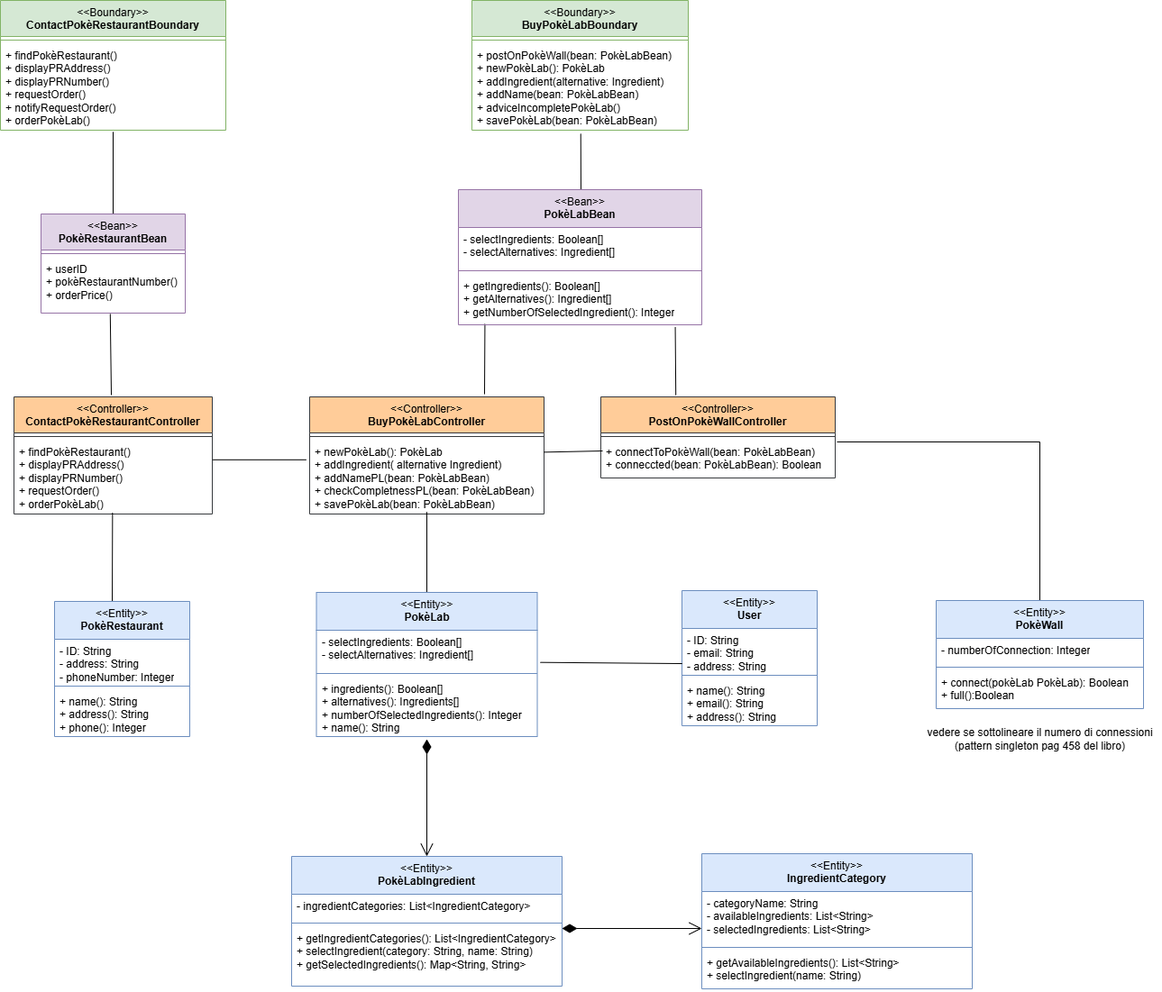
matteopinfildi/YourPoke-ISPWProject keeps this draw.io diagram as diagrams/BCE.drawio.png. Above is the earlier version. Source tidied: cells renumbered, new cells last; positions are measured from the earlier drawing's top-left corner, leaving out a move shared by most shapes.
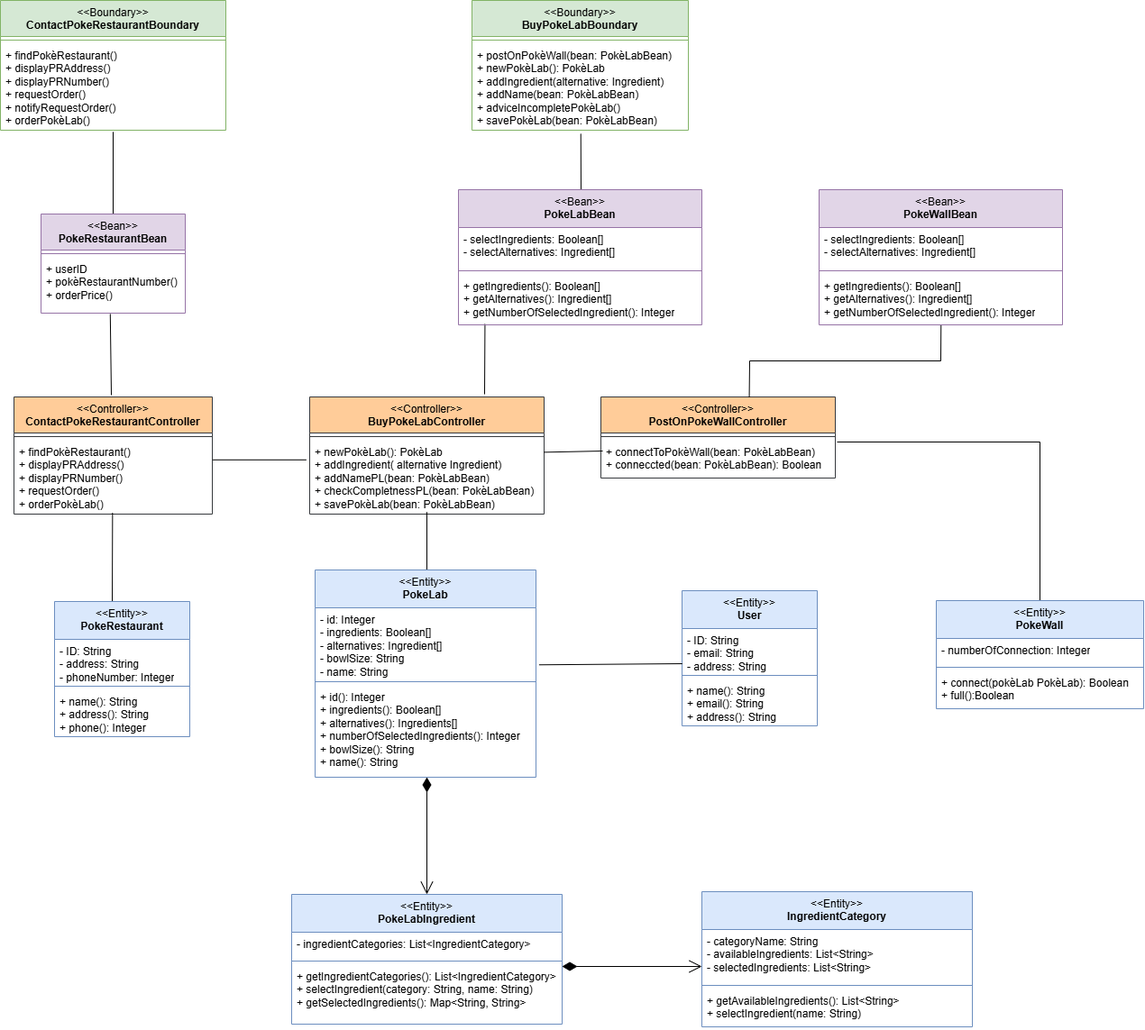
Above is the later version.

Change to the diagram source:
```diff
@@ -4,3 +4,3 @@
     <mxCell id="1" parent="0" />
-    <mxCell id="2" value="&lt;div&gt;&lt;span style=&quot;font-weight: normal;&quot;&gt;&amp;lt;&amp;lt;Boundary&amp;gt;&amp;gt;&lt;/span&gt;&lt;/div&gt;ContactPokèRestaurantBoundary" style="swimlane;fontStyle=1;align=center;verticalAlign=top;horizontal=1;startSize=40;whiteSpace=wrap;html=1;fillColor=#d5e8d4;strokeColor=#82b366;" parent="1" vertex="1">
+    <mxCell id="2" value="&lt;div&gt;&lt;span style=&quot;font-weight: normal;&quot;&gt;&amp;lt;&amp;lt;Boundary&amp;gt;&amp;gt;&lt;/span&gt;&lt;/div&gt;ContactPokeRestaurantBoundary" style="swimlane;fontStyle=1;align=center;verticalAlign=top;horizontal=1;startSize=40;whiteSpace=wrap;html=1;fillColor=#d5e8d4;strokeColor=#82b366;" parent="1" vertex="1">
       <mxGeometry width="250" height="144" as="geometry" />
@@ -13,3 +13,3 @@
     </mxCell>
-    <mxCell id="5" value="&lt;div&gt;&lt;span style=&quot;font-weight: normal;&quot;&gt;&amp;lt;&amp;lt;Boundary&amp;gt;&amp;gt;&lt;/span&gt;&lt;/div&gt;BuyPokèLabBoundary" style="swimlane;fontStyle=1;align=center;verticalAlign=top;horizontal=1;startSize=40;whiteSpace=wrap;html=1;fillColor=#d5e8d4;strokeColor=#82b366;" parent="1" vertex="1">
+    <mxCell id="5" value="&lt;div&gt;&lt;span style=&quot;font-weight: normal;&quot;&gt;&amp;lt;&amp;lt;Boundary&amp;gt;&amp;gt;&lt;/span&gt;&lt;/div&gt;BuyPokeLabBoundary" style="swimlane;fontStyle=1;align=center;verticalAlign=top;horizontal=1;startSize=40;whiteSpace=wrap;html=1;fillColor=#d5e8d4;strokeColor=#82b366;" parent="1" vertex="1">
       <mxGeometry x="523" width="240" height="144" as="geometry" />
@@ -30,3 +30,3 @@
     </mxCell>
-    <mxCell id="10" value="&lt;div&gt;&lt;span style=&quot;font-weight: normal;&quot;&gt;&amp;lt;&amp;lt;Bean&amp;gt;&amp;gt;&lt;/span&gt;&lt;/div&gt;PokèRestaurantBean" style="swimlane;fontStyle=1;align=center;verticalAlign=top;horizontal=1;startSize=40;whiteSpace=wrap;html=1;fillColor=#e1d5e7;strokeColor=#9673a6;" parent="1" vertex="1">
+    <mxCell id="10" value="&lt;div&gt;&lt;span style=&quot;font-weight: normal;&quot;&gt;&amp;lt;&amp;lt;Bean&amp;gt;&amp;gt;&lt;/span&gt;&lt;/div&gt;PokeRestaurantBean" style="swimlane;fontStyle=1;align=center;verticalAlign=top;horizontal=1;startSize=40;whiteSpace=wrap;html=1;fillColor=#e1d5e7;strokeColor=#9673a6;" parent="1" vertex="1">
       <mxGeometry x="45" y="237" width="160" height="110" as="geometry" />
@@ -49,3 +49,3 @@
     </mxCell>
-    <mxCell id="15" value="&lt;div&gt;&lt;span style=&quot;font-weight: normal;&quot;&gt;&amp;lt;&amp;lt;Controller&amp;gt;&amp;gt;&lt;/span&gt;&lt;/div&gt;ContactPokèRestaurantController" style="swimlane;fontStyle=1;align=center;verticalAlign=top;horizontal=1;startSize=40;whiteSpace=wrap;html=1;fillColor=#ffcc99;strokeColor=#36393d;" parent="1" vertex="1">
+    <mxCell id="15" value="&lt;div&gt;&lt;span style=&quot;font-weight: normal;&quot;&gt;&amp;lt;&amp;lt;Controller&amp;gt;&amp;gt;&lt;/span&gt;&lt;/div&gt;ContactPokeRestaurantController" style="swimlane;fontStyle=1;align=center;verticalAlign=top;horizontal=1;startSize=40;whiteSpace=wrap;html=1;fillColor=#ffcc99;strokeColor=#36393d;" parent="1" vertex="1">
       <mxGeometry x="15" y="440" width="220" height="130" as="geometry" />
@@ -58,3 +58,3 @@
     </mxCell>
-    <mxCell id="18" value="&lt;div&gt;&lt;span style=&quot;font-weight: normal;&quot;&gt;&amp;lt;&amp;lt;Controller&amp;gt;&amp;gt;&lt;/span&gt;&lt;/div&gt;BuyPokèLabController" style="swimlane;fontStyle=1;align=center;verticalAlign=top;horizontal=1;startSize=40;whiteSpace=wrap;html=1;fillColor=#ffcc99;strokeColor=#36393d;" parent="1" vertex="1">
+    <mxCell id="18" value="&lt;div&gt;&lt;span style=&quot;font-weight: normal;&quot;&gt;&amp;lt;&amp;lt;Controller&amp;gt;&amp;gt;&lt;/span&gt;&lt;/div&gt;BuyPokeLabController" style="swimlane;fontStyle=1;align=center;verticalAlign=top;horizontal=1;startSize=40;whiteSpace=wrap;html=1;fillColor=#ffcc99;strokeColor=#36393d;" parent="1" vertex="1">
       <mxGeometry x="343" y="440" width="260" height="130" as="geometry" />
@@ -67,3 +67,3 @@
     </mxCell>
-    <mxCell id="21" value="&lt;div&gt;&lt;span style=&quot;font-weight: normal;&quot;&gt;&amp;lt;&amp;lt;Controller&amp;gt;&amp;gt;&lt;/span&gt;&lt;/div&gt;PostOnPokèWallController" style="swimlane;fontStyle=1;align=center;verticalAlign=top;horizontal=1;startSize=40;whiteSpace=wrap;html=1;fillColor=#ffcc99;strokeColor=#36393d;" parent="1" vertex="1">
+    <mxCell id="21" value="&lt;div&gt;&lt;span style=&quot;font-weight: normal;&quot;&gt;&amp;lt;&amp;lt;Controller&amp;gt;&amp;gt;&lt;/span&gt;&lt;/div&gt;PostOnPokeWallController" style="swimlane;fontStyle=1;align=center;verticalAlign=top;horizontal=1;startSize=40;whiteSpace=wrap;html=1;fillColor=#ffcc99;strokeColor=#36393d;" parent="1" vertex="1">
       <mxGeometry x="666" y="440" width="260" height="90" as="geometry" />
@@ -76,5 +76,2 @@
     </mxCell>
-    <mxCell id="24" style="endArrow=none;html=1;rounded=0;entryX=0.891;entryY=1.044;entryDx=0;entryDy=0;entryPerimeter=0;exitX=0.32;exitY=-0.022;exitDx=0;exitDy=0;exitPerimeter=0;" parent="1" edge="1" source="21" target="47">
-      <mxGeometry relative="1" as="geometry" />
-    </mxCell>
     <mxCell id="25" style="endArrow=none;html=1;rounded=0;entryX=0.497;entryY=0.984;entryDx=0;entryDy=0;entryPerimeter=0;" parent="1" edge="1" target="17">
@@ -105,13 +102,13 @@
     </mxCell>
-    <mxCell id="30" value="&lt;div&gt;&lt;span style=&quot;font-weight: 400;&quot;&gt;&amp;lt;&amp;lt;Entity&amp;gt;&amp;gt;&lt;/span&gt;&lt;br&gt;&lt;/div&gt;PokèLab" style="swimlane;fontStyle=1;align=center;verticalAlign=top;horizontal=1;startSize=42;whiteSpace=wrap;html=1;fillColor=#dae8fc;strokeColor=#6c8ebf;" parent="1" vertex="1">
-      <mxGeometry x="350.5" y="657" width="245" height="160" as="geometry" />
+    <mxCell id="30" value="&lt;div&gt;&lt;span style=&quot;font-weight: 400;&quot;&gt;&amp;lt;&amp;lt;Entity&amp;gt;&amp;gt;&lt;/span&gt;&lt;br&gt;&lt;/div&gt;PokeLab" style="swimlane;fontStyle=1;align=center;verticalAlign=top;horizontal=1;startSize=42;whiteSpace=wrap;html=1;fillColor=#dae8fc;strokeColor=#6c8ebf;" parent="1" vertex="1">
+      <mxGeometry x="349" y="632" width="245" height="230" as="geometry" />
     </mxCell>
-    <mxCell id="31" value="- selectIngredients: Boolean[]&lt;div&gt;- selectAlternatives: Ingredient[]&lt;/div&gt;" style="text;strokeColor=none;fillColor=none;align=left;verticalAlign=top;spacingLeft=4;spacingRight=4;overflow=hidden;points=[[0,0.5],[1,0.5]];portConstraint=eastwest;whiteSpace=wrap;html=1;" parent="30" vertex="1">
-      <mxGeometry y="42" width="245" height="44" as="geometry" />
+    <mxCell id="31" value="&lt;div&gt;- id: Integer&lt;/div&gt;- ingredients: Boolean[]&lt;div&gt;- alternatives: Ingredient[]&lt;/div&gt;&lt;div&gt;- bowlSize: String&lt;/div&gt;&lt;div&gt;- name: String&lt;/div&gt;" style="text;strokeColor=none;fillColor=none;align=left;verticalAlign=top;spacingLeft=4;spacingRight=4;overflow=hidden;points=[[0,0.5],[1,0.5]];portConstraint=eastwest;whiteSpace=wrap;html=1;" parent="30" vertex="1">
+      <mxGeometry y="42" width="245" height="78" as="geometry" />
     </mxCell>
     <mxCell id="32" style="line;strokeWidth=1;fillColor=none;align=left;verticalAlign=middle;spacingTop=-1;spacingLeft=3;spacingRight=3;labelPosition=right;strokeColor=inherit;" parent="30" vertex="1">
-      <mxGeometry y="86" width="245" height="8" as="geometry" />
+      <mxGeometry y="120" width="245" height="8" as="geometry" />
     </mxCell>
-    <mxCell id="33" value="+ ingredients(): Boolean[]&lt;div&gt;&lt;div&gt;+ alternatives(&lt;span style=&quot;background-color: initial;&quot;&gt;): Ingredients[]&lt;/span&gt;&lt;/div&gt;&lt;div&gt;+ numberOfSelectedIngredients(): Integer&lt;/div&gt;&lt;div&gt;&lt;span style=&quot;background-color: initial; color: light-dark(rgb(0, 0, 0), rgb(255, 255, 255));&quot;&gt;+ name(): String&lt;/span&gt;&lt;/div&gt;&lt;/div&gt;" style="text;strokeColor=none;fillColor=none;align=left;verticalAlign=top;spacingLeft=4;spacingRight=4;overflow=hidden;whiteSpace=wrap;html=1;" parent="30" vertex="1">
-      <mxGeometry y="94" width="245" height="66" as="geometry" />
+    <mxCell id="33" value="&lt;div&gt;+ id(): Integer&lt;/div&gt;+ ingredients(): Boolean[]&lt;div&gt;&lt;div&gt;+ alternatives(&lt;span style=&quot;background-color: initial;&quot;&gt;): Ingredients[]&lt;/span&gt;&lt;/div&gt;&lt;div&gt;+ numberOfSelectedIngredients(): Integer&lt;/div&gt;&lt;div&gt;+ bowlSize(): String&lt;/div&gt;&lt;div&gt;&lt;span style=&quot;background-color: initial; color: light-dark(rgb(0, 0, 0), rgb(255, 255, 255));&quot;&gt;+ name(): String&lt;/span&gt;&lt;/div&gt;&lt;/div&gt;" style="text;strokeColor=none;fillColor=none;align=left;verticalAlign=top;spacingLeft=4;spacingRight=4;overflow=hidden;whiteSpace=wrap;html=1;" parent="30" vertex="1">
+      <mxGeometry y="128" width="245" height="102" as="geometry" />
     </mxCell>
@@ -119,7 +116,7 @@
       <mxGeometry x="-1" y="3" relative="1" as="geometry">
-        <mxPoint x="473" y="820" as="sourcePoint" />
-        <mxPoint x="473" y="950" as="targetPoint" />
+        <mxPoint x="473" y="862" as="sourcePoint" />
+        <mxPoint x="473" y="992" as="targetPoint" />
       </mxGeometry>
     </mxCell>
-    <mxCell id="35" value="&lt;div&gt;&lt;span style=&quot;font-weight: 400;&quot;&gt;&amp;lt;&amp;lt;Entity&amp;gt;&amp;gt;&lt;/span&gt;&lt;br&gt;&lt;/div&gt;PokèWall" style="swimlane;fontStyle=1;align=center;verticalAlign=top;horizontal=1;startSize=42;whiteSpace=wrap;html=1;fillColor=#dae8fc;strokeColor=#6c8ebf;" parent="1" vertex="1">
+    <mxCell id="35" value="&lt;div&gt;&lt;span style=&quot;font-weight: 400;&quot;&gt;&amp;lt;&amp;lt;Entity&amp;gt;&amp;gt;&lt;/span&gt;&lt;br&gt;&lt;/div&gt;PokeWall" style="swimlane;fontStyle=1;align=center;verticalAlign=top;horizontal=1;startSize=42;whiteSpace=wrap;html=1;fillColor=#dae8fc;strokeColor=#6c8ebf;" parent="1" vertex="1">
       <mxGeometry x="1038" y="666" width="230" height="120" as="geometry" />
@@ -150,3 +147,3 @@
     </mxCell>
-    <mxCell id="44" value="&lt;div&gt;&lt;span style=&quot;font-weight: 400;&quot;&gt;&amp;lt;&amp;lt;Bean&amp;gt;&amp;gt;&lt;/span&gt;&lt;br&gt;&lt;/div&gt;PokèLabBean" style="swimlane;fontStyle=1;align=center;verticalAlign=top;horizontal=1;startSize=42;whiteSpace=wrap;html=1;fillColor=#e1d5e7;strokeColor=#9673a6;" parent="1" vertex="1">
+    <mxCell id="44" value="&lt;div&gt;&lt;span style=&quot;font-weight: 400;&quot;&gt;&amp;lt;&amp;lt;Bean&amp;gt;&amp;gt;&lt;/span&gt;&lt;br&gt;&lt;/div&gt;PokeLabBean" style="swimlane;fontStyle=1;align=center;verticalAlign=top;horizontal=1;startSize=42;whiteSpace=wrap;html=1;fillColor=#e1d5e7;strokeColor=#9673a6;" parent="1" vertex="1">
       <mxGeometry x="508" y="210" width="270" height="150" as="geometry" />
@@ -162,3 +159,3 @@
     </mxCell>
-    <mxCell id="48" value="&lt;div&gt;&lt;span style=&quot;font-weight: 400;&quot;&gt;&amp;lt;&amp;lt;Entity&amp;gt;&amp;gt;&lt;/span&gt;&lt;br&gt;&lt;/div&gt;PokèRestaurant" style="swimlane;fontStyle=1;align=center;verticalAlign=top;horizontal=1;startSize=42;whiteSpace=wrap;html=1;fillColor=#dae8fc;strokeColor=#6c8ebf;" parent="1" vertex="1">
+    <mxCell id="48" value="&lt;div&gt;&lt;span style=&quot;font-weight: 400;&quot;&gt;&amp;lt;&amp;lt;Entity&amp;gt;&amp;gt;&lt;/span&gt;&lt;br&gt;&lt;/div&gt;PokeRestaurant" style="swimlane;fontStyle=1;align=center;verticalAlign=top;horizontal=1;startSize=42;whiteSpace=wrap;html=1;fillColor=#dae8fc;strokeColor=#6c8ebf;" parent="1" vertex="1">
       <mxGeometry x="60" y="667" width="150" height="150" as="geometry" />
@@ -174,4 +171,4 @@
     </mxCell>
-    <mxCell id="52" value="&lt;div&gt;&lt;span style=&quot;font-weight: 400;&quot;&gt;&amp;lt;&amp;lt;Entity&amp;gt;&amp;gt;&lt;/span&gt;&lt;br&gt;&lt;/div&gt;PokèLabIngredient" style="swimlane;fontStyle=1;align=center;verticalAlign=top;horizontal=1;startSize=42;whiteSpace=wrap;html=1;fillColor=#dae8fc;strokeColor=#6c8ebf;" parent="1" vertex="1">
-      <mxGeometry x="323" y="950" width="300" height="144" as="geometry" />
+    <mxCell id="52" value="&lt;div&gt;&lt;span style=&quot;font-weight: 400;&quot;&gt;&amp;lt;&amp;lt;Entity&amp;gt;&amp;gt;&lt;/span&gt;&lt;br&gt;&lt;/div&gt;PokeLabIngredient" style="swimlane;fontStyle=1;align=center;verticalAlign=top;horizontal=1;startSize=42;whiteSpace=wrap;html=1;fillColor=#dae8fc;strokeColor=#6c8ebf;" parent="1" vertex="1">
+      <mxGeometry x="323" y="992" width="300" height="144" as="geometry" />
     </mxCell>
@@ -188,4 +185,4 @@
       <mxGeometry x="-1" y="3" relative="1" as="geometry">
-        <mxPoint x="623" y="1030" as="sourcePoint" />
-        <mxPoint x="778" y="1030" as="targetPoint" />
+        <mxPoint x="623" y="1072" as="sourcePoint" />
+        <mxPoint x="778" y="1072" as="targetPoint" />
       </mxGeometry>
@@ -193,3 +190,3 @@
     <mxCell id="57" value="&lt;div&gt;&lt;span style=&quot;font-weight: 400;&quot;&gt;&amp;lt;&amp;lt;Entity&amp;gt;&amp;gt;&lt;/span&gt;&lt;br&gt;&lt;/div&gt;IngredientCategory" style="swimlane;fontStyle=1;align=center;verticalAlign=top;horizontal=1;startSize=42;whiteSpace=wrap;html=1;fillColor=#dae8fc;strokeColor=#6c8ebf;" parent="1" vertex="1">
-      <mxGeometry x="778" y="947" width="300" height="150" as="geometry" />
+      <mxGeometry x="778" y="989" width="300" height="150" as="geometry" />
     </mxCell>
@@ -204,5 +201,23 @@
     </mxCell>
-    <mxCell id="61" value="vedere se sottolineare il numero di connessioni&lt;div&gt;(pattern singleton pag 458 del libro)&lt;/div&gt;" style="text;html=1;align=center;verticalAlign=middle;strokeColor=none;fillColor=none;" parent="1" vertex="1">
-      <mxGeometry x="1018" y="800" width="270" height="40" as="geometry" />
-    </mxCell>
+    <mxCell id="62" style="endArrow=none;html=1;rounded=0;entryX=0.501;entryY=1.007;entryDx=0;entryDy=0;entryPerimeter=0;" parent="1" edge="1" target="66">
+      <mxGeometry relative="1" as="geometry">
+        <mxPoint x="830.6" y="440" as="sourcePoint" />
+        <Array as="points">
+          <mxPoint x="831" y="400" />
+          <mxPoint x="1043" y="400" />
+        </Array>
+      </mxGeometry>
+    </mxCell>
+    <mxCell id="63" value="&lt;div&gt;&lt;span style=&quot;font-weight: 400;&quot;&gt;&amp;lt;&amp;lt;Bean&amp;gt;&amp;gt;&lt;/span&gt;&lt;br&gt;&lt;/div&gt;PokeWallBean" style="swimlane;fontStyle=1;align=center;verticalAlign=top;horizontal=1;startSize=42;whiteSpace=wrap;html=1;fillColor=#e1d5e7;strokeColor=#9673a6;" parent="1" vertex="1">
+      <mxGeometry x="908" y="210" width="270" height="150" as="geometry" />
+    </mxCell>
+    <mxCell id="64" value="- selectIngredients: Boolean[]&lt;div&gt;- selectAlternatives: Ingredient[]&lt;/div&gt;" style="text;strokeColor=none;fillColor=none;align=left;verticalAlign=top;spacingLeft=4;spacingRight=4;overflow=hidden;whiteSpace=wrap;html=1;" parent="63" vertex="1">
+      <mxGeometry y="42" width="270" height="44" as="geometry" />
+    </mxCell>
+    <mxCell id="65" style="line;strokeWidth=1;fillColor=none;align=left;verticalAlign=middle;spacingTop=-1;spacingLeft=3;spacingRight=3;labelPosition=right;strokeColor=inherit;" parent="63" vertex="1">
+      <mxGeometry y="86" width="270" height="8" as="geometry" />
+    </mxCell>
+    <mxCell id="66" value="+ getIngredients(): Boolean[]&lt;div&gt;+ getAlternatives(): Ingredient[]&lt;/div&gt;&lt;div&gt;+ getNumberOfSelectedIngredient(): Integer&lt;/div&gt;" style="text;strokeColor=none;fillColor=none;align=left;verticalAlign=top;spacingLeft=4;spacingRight=4;overflow=hidden;points=[[0,0.5],[1,0.5]];portConstraint=eastwest;whiteSpace=wrap;html=1;" parent="63" vertex="1">
+      <mxGeometry y="94" width="270" height="56" as="geometry" />
+    </mxCell>
   </root>
```
